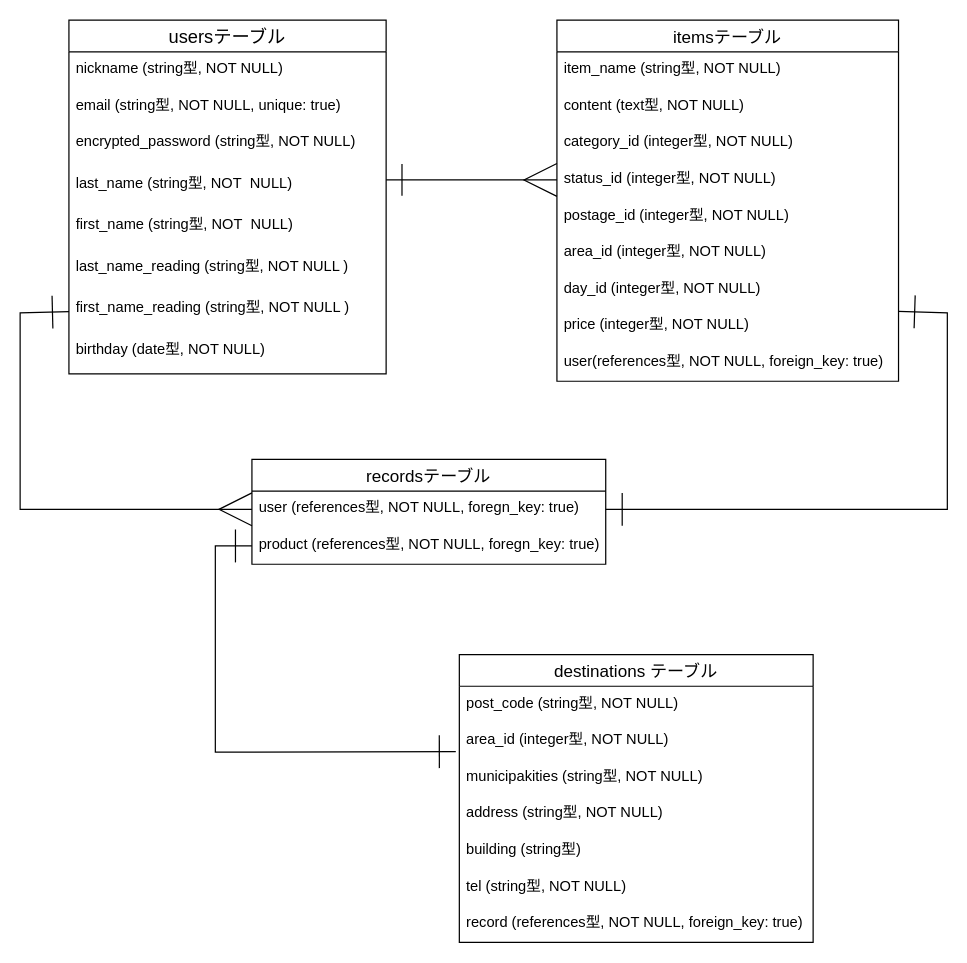
Before: ER.dio in potato972/furima-36681, a draw.io diagram. Source tidied: cells renumbered, new cells numbered last; positions are measured from the earlier drawing's top-left corner, leaving out a move shared by most shapes. Both pictures are drawn from the tidied source at 122%, with x=0, y=0 at pixel (20, 20).
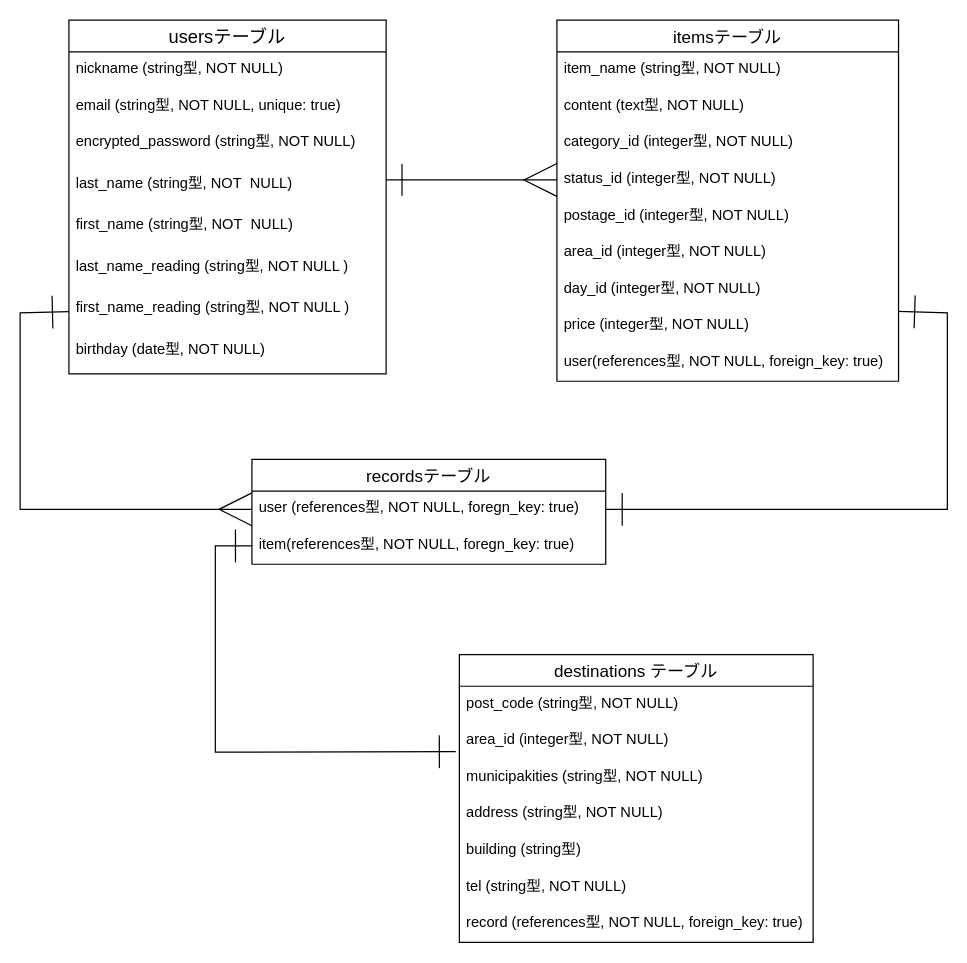
The same diagram, later.

Unchanged cells that the change refers to:
```xml
<mxCell id="30" value="recordsテーブル" style="swimlane;fontStyle=0;horizontal=1;startSize=26;align=center;fontSize=14;" parent="1" vertex="1">
  <mxGeometry x="190" y="360" width="290" height="86" as="geometry" />
</mxCell>
```

Change to the diagram source:
```diff
@@
-    <mxCell id="32" value="product (references型, NOT NULL, foregn_key: true)" style="text;strokeColor=none;fillColor=none;spacingLeft=4;spacingRight=4;overflow=hidden;points=[[0,0.5],[1,0.5]];portConstraint=eastwest;fontSize=12;" parent="30" vertex="1">
+    <mxCell id="32" value="item(references型, NOT NULL, foregn_key: true)" style="text;strokeColor=none;fillColor=none;spacingLeft=4;spacingRight=4;overflow=hidden;points=[[0,0.5],[1,0.5]];portConstraint=eastwest;fontSize=12;" parent="30" vertex="1">
       <mxGeometry y="56" width="290" height="30" as="geometry" />
     </mxCell>
```
